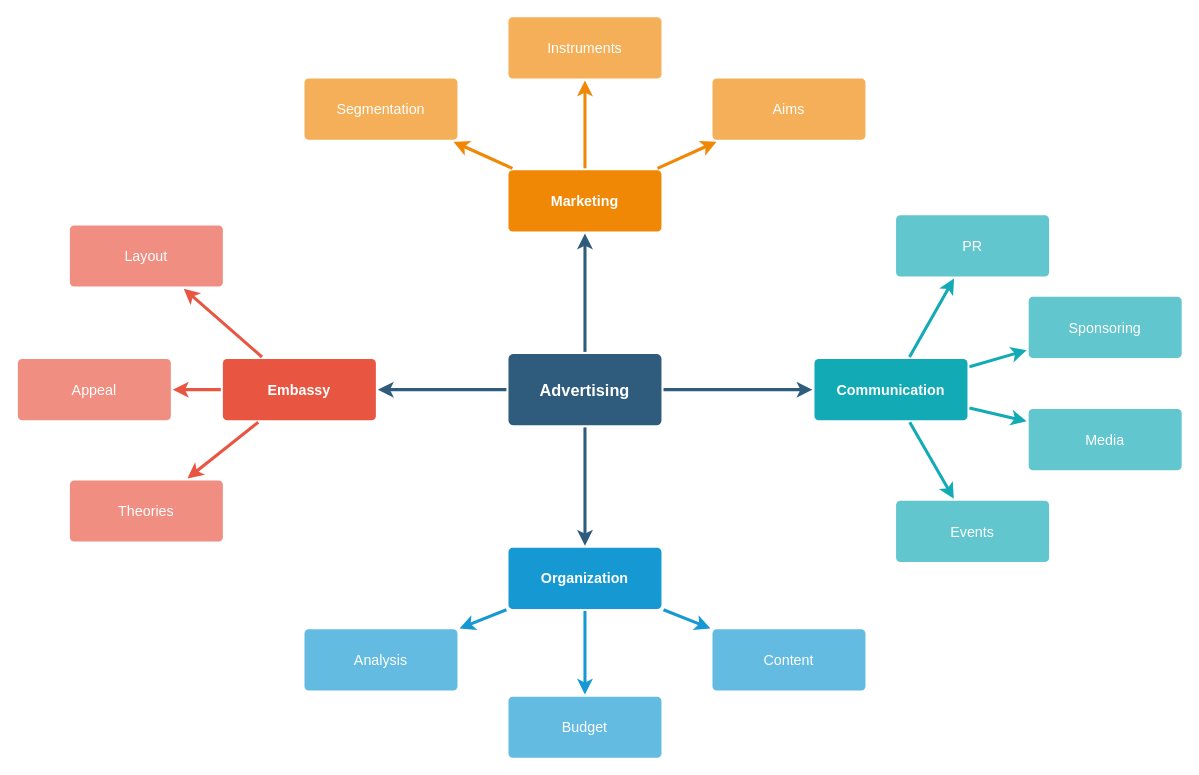
Before: Untitled Diagram.drawio in gftea/rust_lang_notes, a draw.io diagram. Source tidied: cells renumbered, new cells numbered last; positions are measured from the earlier drawing's top-left corner, leaving out a move shared by most shapes. Both pictures are drawn from the tidied source at 102%, with x=0, y=0 at pixel (17, 16).
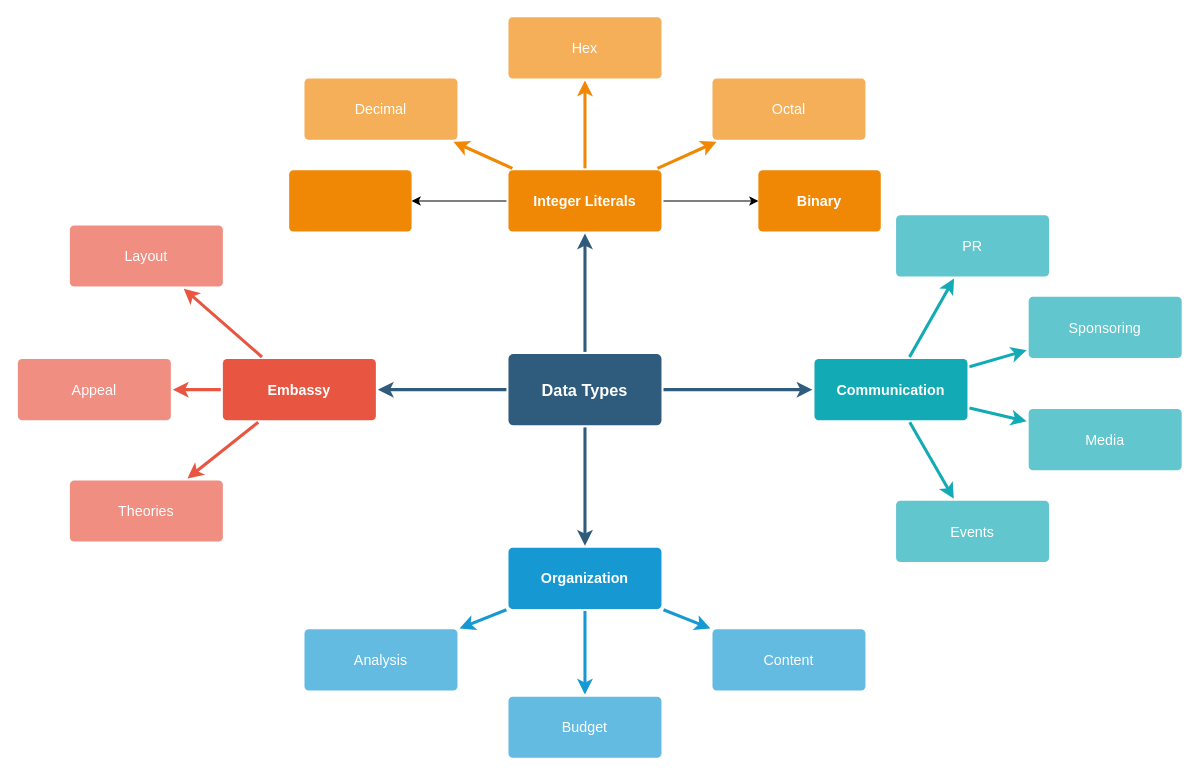
The same diagram, later.

What changed in the source:
```diff
@@
-    <mxCell id="6" value="Advertising" style="rounded=1;whiteSpace=wrap;html=1;shadow=0;labelBackgroundColor=none;strokeColor=none;strokeWidth=3;fillColor=#2F5B7C;fontFamily=Helvetica;fontSize=16;fontColor=#FFFFFF;align=center;fontStyle=1;spacing=5;arcSize=7;perimeterSpacing=2;" parent="1" vertex="1">
+    <mxCell id="6" value="Data Types" style="rounded=1;whiteSpace=wrap;html=1;shadow=0;labelBackgroundColor=none;strokeColor=none;strokeWidth=3;fillColor=#2F5B7C;fontFamily=Helvetica;fontSize=16;fontColor=#FFFFFF;align=center;fontStyle=1;spacing=5;arcSize=7;perimeterSpacing=2;" parent="1" vertex="1">
       <mxGeometry x="481" y="330.5" width="150" height="70" as="geometry" />
     </mxCell>
@@
+    <mxCell id="37" style="edgeStyle=orthogonalEdgeStyle;rounded=0;jettySize=auto;html=1;" parent="1" edge="1" source="21" target="39">
+      <mxGeometry relative="1" as="geometry" />
+    </mxCell>
+    <mxCell id="38" style="edgeStyle=orthogonalEdgeStyle;rounded=0;jettySize=auto;html=1;" parent="1" edge="1" source="21" target="40">
+      <mxGeometry relative="1" as="geometry" />
+    </mxCell>
-    <mxCell id="21" value="Marketing" style="rounded=1;whiteSpace=wrap;html=1;shadow=0;labelBackgroundColor=none;strokeColor=none;strokeWidth=3;fillColor=#F08705;fontFamily=Helvetica;fontSize=14;fontColor=#FFFFFF;align=center;spacing=5;fontStyle=1;arcSize=7;perimeterSpacing=2;" parent="1" vertex="1">
+    <mxCell id="21" value="Integer Literals" style="rounded=1;whiteSpace=wrap;html=1;shadow=0;labelBackgroundColor=none;strokeColor=none;strokeWidth=3;fillColor=#F08705;fontFamily=Helvetica;fontSize=14;fontColor=#FFFFFF;align=center;spacing=5;fontStyle=1;arcSize=7;perimeterSpacing=2;" parent="1" vertex="1">
       <mxGeometry x="481" y="150.5" width="150" height="60" as="geometry" />
     </mxCell>
-    <mxCell id="22" value="Aims&lt;br&gt;" style="rounded=1;whiteSpace=wrap;html=1;shadow=0;labelBackgroundColor=none;strokeColor=none;strokeWidth=3;fillColor=#f5af58;fontFamily=Helvetica;fontSize=14;fontColor=#FFFFFF;align=center;spacing=5;arcSize=7;perimeterSpacing=2;" parent="1" vertex="1">
+    <mxCell id="22" value="Octal" style="rounded=1;whiteSpace=wrap;html=1;shadow=0;labelBackgroundColor=none;strokeColor=none;strokeWidth=3;fillColor=#f5af58;fontFamily=Helvetica;fontSize=14;fontColor=#FFFFFF;align=center;spacing=5;arcSize=7;perimeterSpacing=2;" parent="1" vertex="1">
       <mxGeometry x="681" y="60.5" width="150" height="60" as="geometry" />
     </mxCell>
@@
-    <mxCell id="24" value="Instruments" style="rounded=1;whiteSpace=wrap;html=1;shadow=0;labelBackgroundColor=none;strokeColor=none;strokeWidth=3;fillColor=#f5af58;fontFamily=Helvetica;fontSize=14;fontColor=#FFFFFF;align=center;spacing=5;arcSize=7;perimeterSpacing=2;" parent="1" vertex="1">
+    <mxCell id="24" value="Hex" style="rounded=1;whiteSpace=wrap;html=1;shadow=0;labelBackgroundColor=none;strokeColor=none;strokeWidth=3;fillColor=#f5af58;fontFamily=Helvetica;fontSize=14;fontColor=#FFFFFF;align=center;spacing=5;arcSize=7;perimeterSpacing=2;" parent="1" vertex="1">
       <mxGeometry x="481" y="0.5" width="150" height="60" as="geometry" />
     </mxCell>
@@
-    <mxCell id="26" value="Segmentation" style="rounded=1;whiteSpace=wrap;html=1;shadow=0;labelBackgroundColor=none;strokeColor=none;strokeWidth=3;fillColor=#f5af58;fontFamily=Helvetica;fontSize=14;fontColor=#FFFFFF;align=center;spacing=5;arcSize=7;perimeterSpacing=2;" parent="1" vertex="1">
+    <mxCell id="26" value="Decimal" style="rounded=1;whiteSpace=wrap;html=1;shadow=0;labelBackgroundColor=none;strokeColor=none;strokeWidth=3;fillColor=#f5af58;fontFamily=Helvetica;fontSize=14;fontColor=#FFFFFF;align=center;spacing=5;arcSize=7;perimeterSpacing=2;" parent="1" vertex="1">
       <mxGeometry x="281" y="60.5" width="150" height="60" as="geometry" />
     </mxCell>
@@
+    <mxCell id="39" value="Binary" style="whiteSpace=wrap;html=1;fontSize=14;fillColor=#F08705;strokeColor=none;fontColor=#FFFFFF;rounded=1;shadow=0;labelBackgroundColor=none;strokeWidth=3;spacing=5;fontStyle=1;arcSize=7;" parent="1" vertex="1">
+      <mxGeometry x="726" y="150.5" width="120" height="60" as="geometry" />
+    </mxCell>
+    <mxCell id="40" style="whiteSpace=wrap;html=1;fontSize=14;fillColor=#F08705;strokeColor=none;fontColor=#FFFFFF;rounded=1;shadow=0;labelBackgroundColor=none;strokeWidth=3;spacing=5;fontStyle=1;arcSize=7;" parent="1" vertex="1">
+      <mxGeometry x="266" y="150.5" width="120" height="60" as="geometry" />
+    </mxCell>
```
